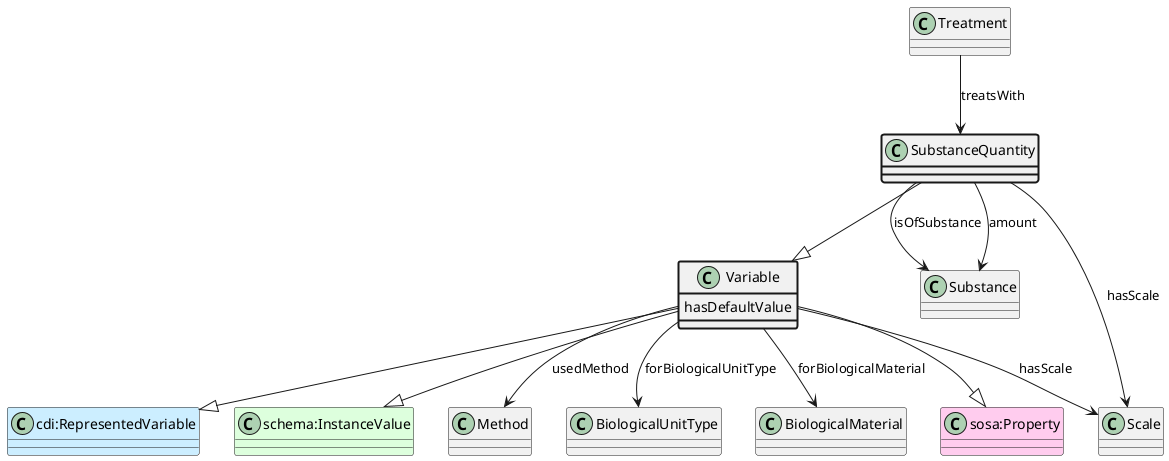
aus-plant-phenomics-network/appn-schema keeps this PlantUML diagram as ttl_uml/ttl_appn_SubstanceQuantity.png. Above is the earlier version.
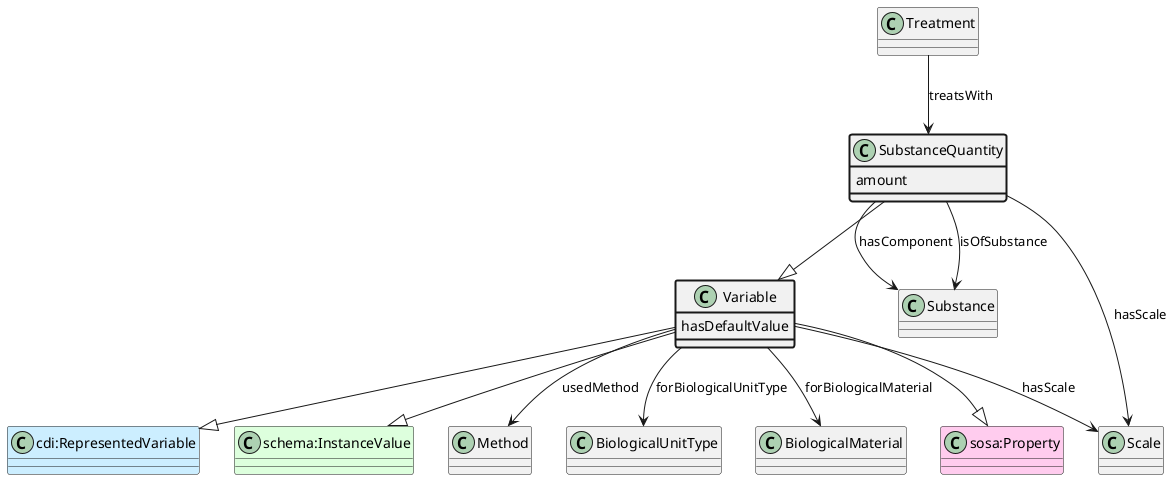
Later version of the same file.

What changed in the source:
```diff
@@ -11,9 +11,12 @@
 class Treatment
 Treatment --> SubstanceQuantity : treatsWith
 class Substance
+SubstanceQuantity --> Substance : hasComponent
+class Substance
 SubstanceQuantity --> Substance : isOfSubstance
-class Substance
-SubstanceQuantity --> Substance : amount
+class SubstanceQuantity #line.bold {
+    amount
+}
 class Scale
 SubstanceQuantity --> Scale : hasScale
 class Variable #line.bold {
```
